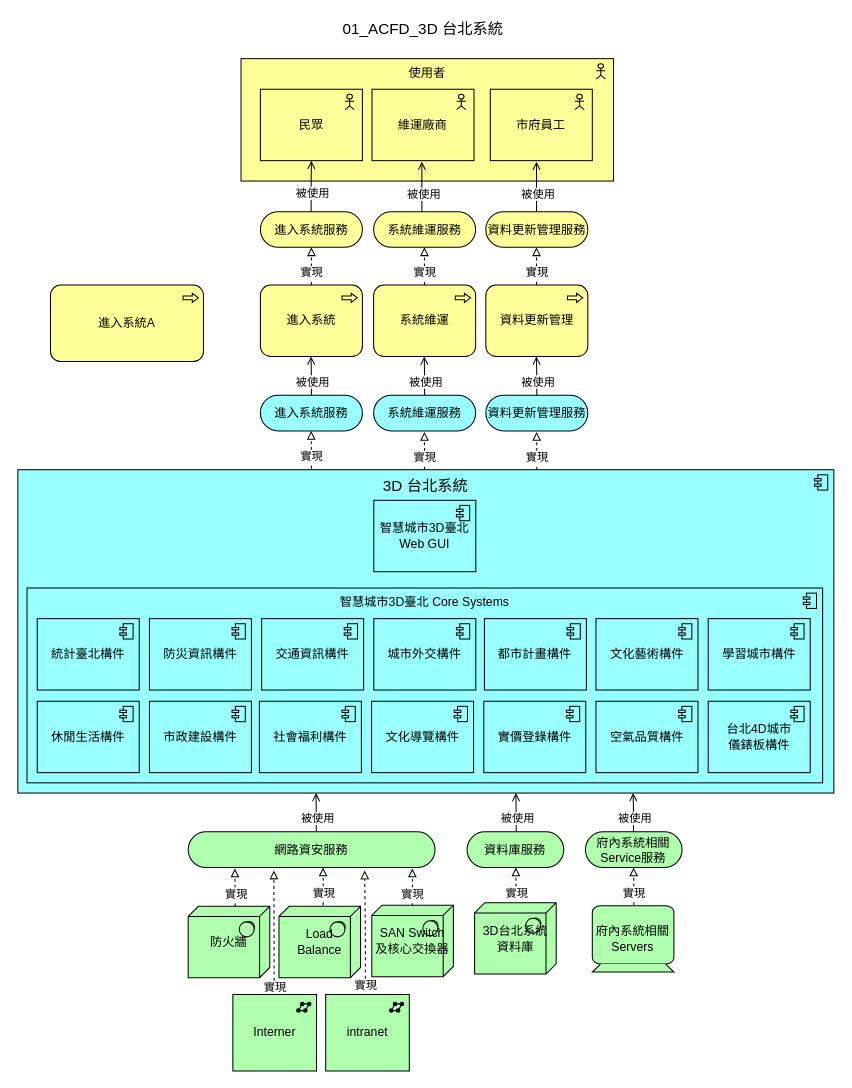
cxr0801/EA keeps this draw.io diagram as page "01_ACFD_3D 台北系統" (1 of 17) of 3D.drawio. Above is the earlier version. Source tidied: cells renumbered, new cells numbered last; positions are measured from the earlier drawing's top-left corner, leaving out a move shared by most shapes. Both pictures are drawn from the tidied source at 102%, with x=0, y=0 at pixel (17, 17).
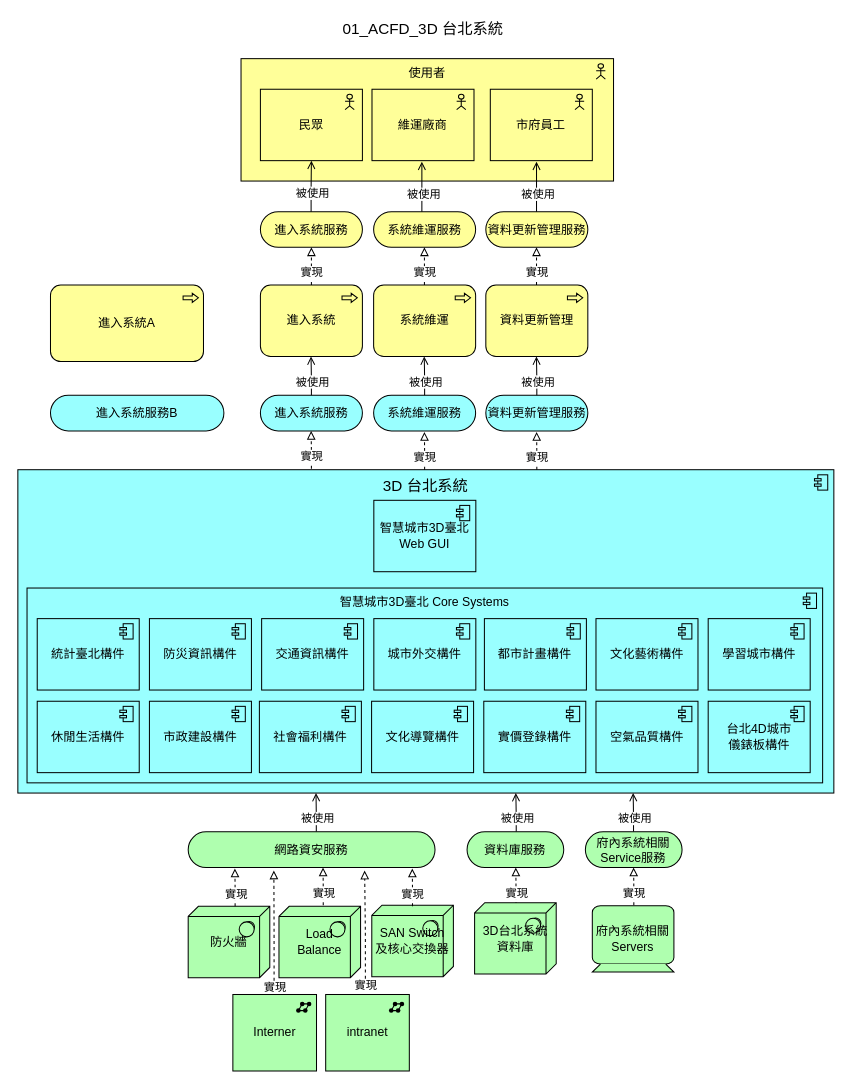
The same page after the edit.

Commit message:
3D.drawio_員工B_修改Archimate

Diff of the diagram source:
```diff
@@
+    <mxCell id="88" value="進入系統服務B" style="html=1;whiteSpace=wrap;fillColor=#99ffff;shape=mxgraph.archimate3.service;" parent="1" vertex="1">
+      <mxGeometry x="32" y="370" width="170" height="35" as="geometry" />
+    </mxCell>
```
